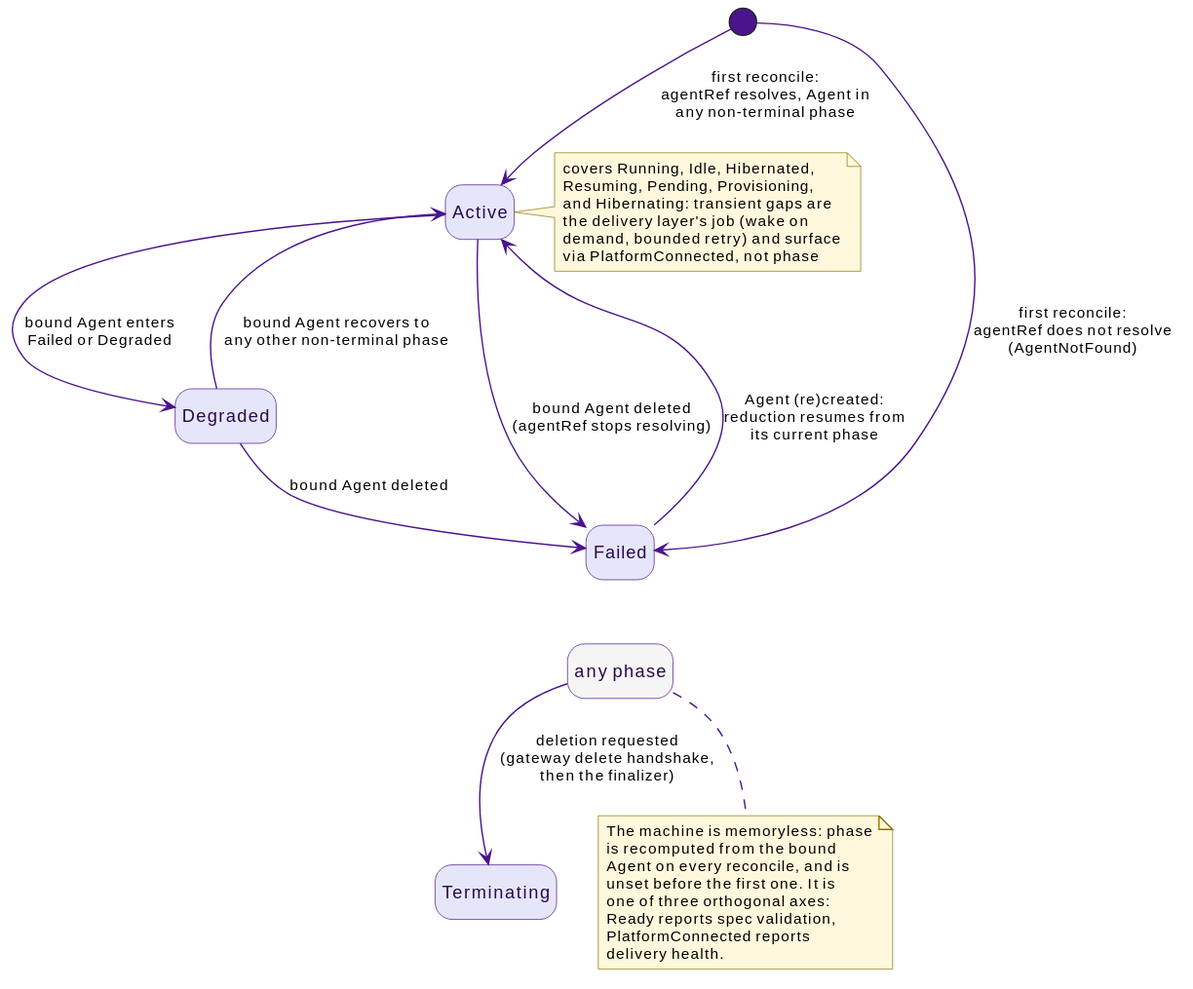
Earlier version of the PlantUML export docs/src/diagrams/agentchannel-phase-reduction.svg (win07xp/kaalm). The source it was exported from:
```plantuml
@startuml
!include _style.puml

state "Active" as Active
state "Degraded" as Degraded
state "Failed" as Failed

[*] --> Active : first reconcile:\nagentRef resolves, Agent in\nany non-terminal phase
[*] --> Failed : first reconcile:\nagentRef does not resolve\n(AgentNotFound)

Active --> Degraded : bound Agent enters\nFailed or Degraded
Degraded --> Active : bound Agent recovers to\nany other non-terminal phase
Active --> Failed : bound Agent deleted\n(agentRef stops resolving)
Degraded --> Failed : bound Agent deleted
Failed --> Active : Agent (re)created:\nreduction resumes from\nits current phase

note right of Active
  covers Running, Idle, Hibernated,
  Resuming, Pending, Provisioning,
  and Hibernating: transient gaps are
  the delivery layer's job (wake on
  demand, bounded retry) and surface
  via PlatformConnected, not phase
end note

state "any phase" as AnyPhase #F5F5F5
state "Terminating" as Terminating

AnyPhase --> Terminating : deletion requested\n(gateway delete handshake,\nthen the finalizer)

note bottom of AnyPhase
  The machine is memoryless: phase
  is recomputed from the bound
  Agent on every reconcile, and is
  unset before the first one. It is
  one of three orthogonal axes:
  Ready reports spec validation,
  PlatformConnected reports
  delivery health.
end note

Failed -[hidden]-> AnyPhase
@enduml
```
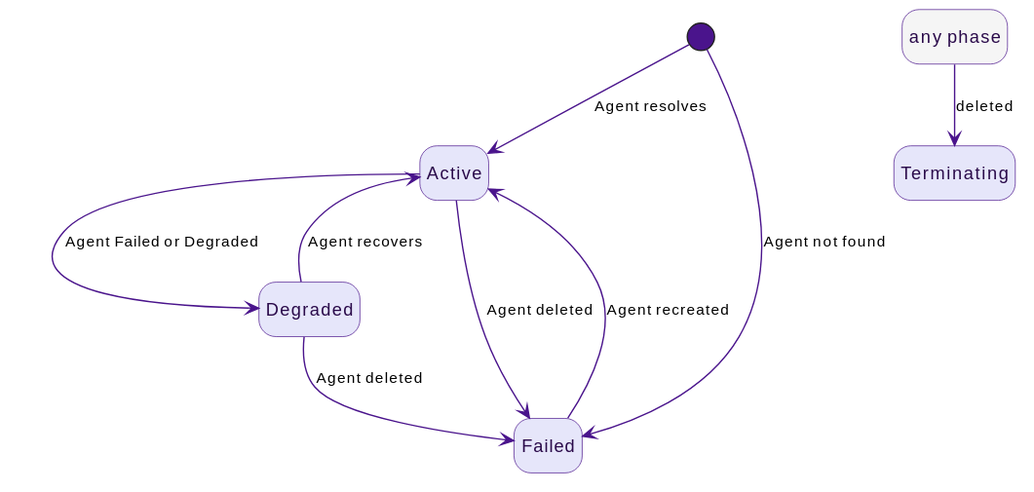
Above is the later version.

Diff of the diagram source:
```diff
@@ -1,43 +1,18 @@
 @startuml
 !include _style.puml
 
-state "Active" as Active
-state "Degraded" as Degraded
-state "Failed" as Failed
+state Active
+state Degraded
+state Failed
+state Terminating
+state "any phase" as Any #F5F5F5
 
-[*] --> Active : first reconcile:\nagentRef resolves, Agent in\nany non-terminal phase
-[*] --> Failed : first reconcile:\nagentRef does not resolve\n(AgentNotFound)
-
-Active --> Degraded : bound Agent enters\nFailed or Degraded
-Degraded --> Active : bound Agent recovers to\nany other non-terminal phase
-Active --> Failed : bound Agent deleted\n(agentRef stops resolving)
-Degraded --> Failed : bound Agent deleted
-Failed --> Active : Agent (re)created:\nreduction resumes from\nits current phase
-
-note right of Active
-  covers Running, Idle, Hibernated,
-  Resuming, Pending, Provisioning,
-  and Hibernating: transient gaps are
-  the delivery layer's job (wake on
-  demand, bounded retry) and surface
-  via PlatformConnected, not phase
-end note
-
-state "any phase" as AnyPhase #F5F5F5
-state "Terminating" as Terminating
-
-AnyPhase --> Terminating : deletion requested\n(gateway delete handshake,\nthen the finalizer)
-
-note bottom of AnyPhase
-  The machine is memoryless: phase
-  is recomputed from the bound
-  Agent on every reconcile, and is
-  unset before the first one. It is
-  one of three orthogonal axes:
-  Ready reports spec validation,
-  PlatformConnected reports
-  delivery health.
-end note
-
-Failed -[hidden]-> AnyPhase
+[*] --> Active : Agent resolves
+[*] --> Failed : Agent not found
+Active --> Degraded : Agent Failed or Degraded
+Degraded --> Active : Agent recovers
+Active --> Failed : Agent deleted
+Degraded --> Failed : Agent deleted
+Failed --> Active : Agent recreated
+Any --> Terminating : deleted
 @enduml
```
